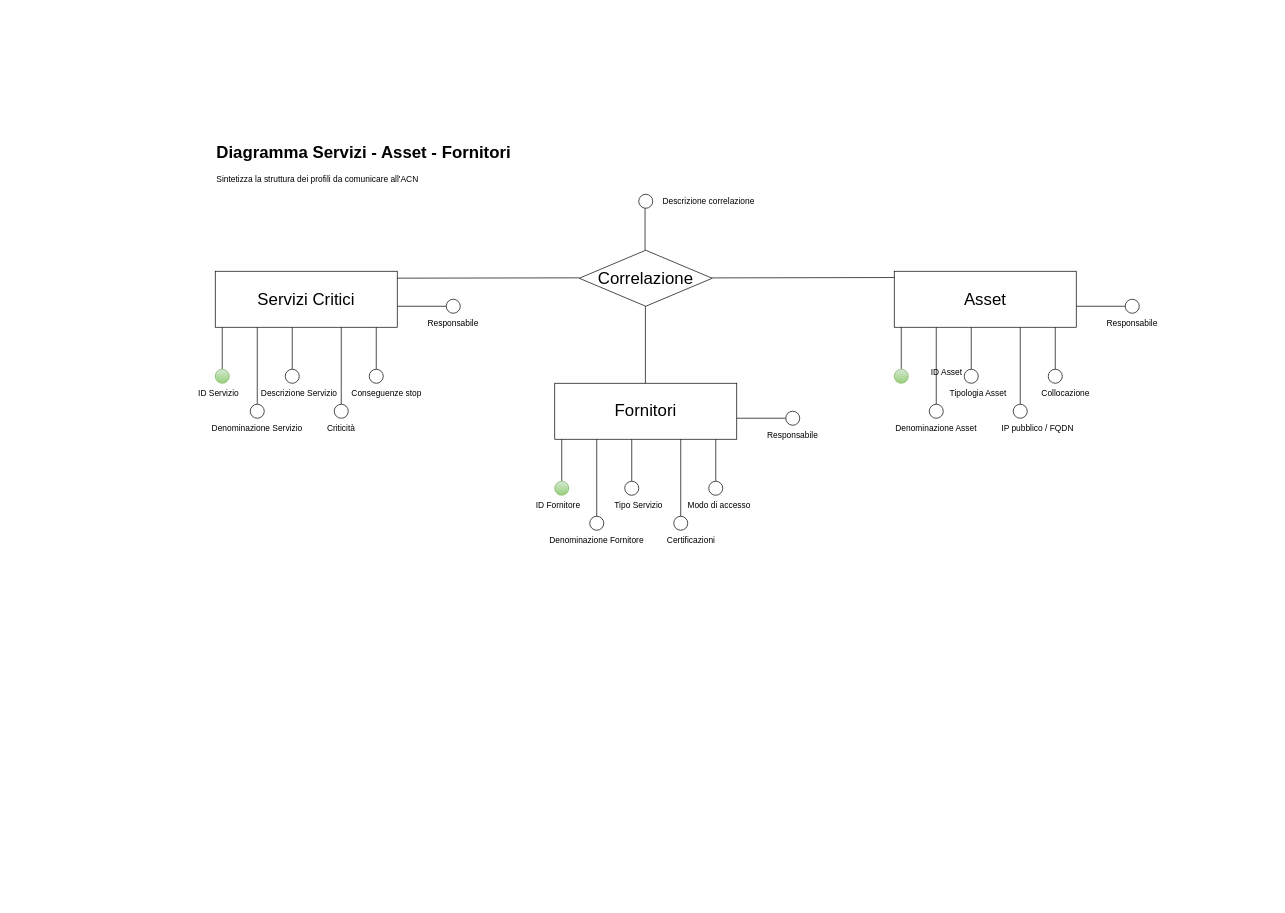
This is Modello concettuale/01 Diagramma Servizi - Asset - Fornitori.drawio from maurizion71/progetto, a draw.io file, before an edit. Source tidied: cells renumbered, new cells numbered last; positions are measured from the earlier drawing's top-left corner, leaving out a move shared by most shapes. Both pictures are drawn from the tidied source at 70%, with x=0, y=0 at pixel (194, 138).
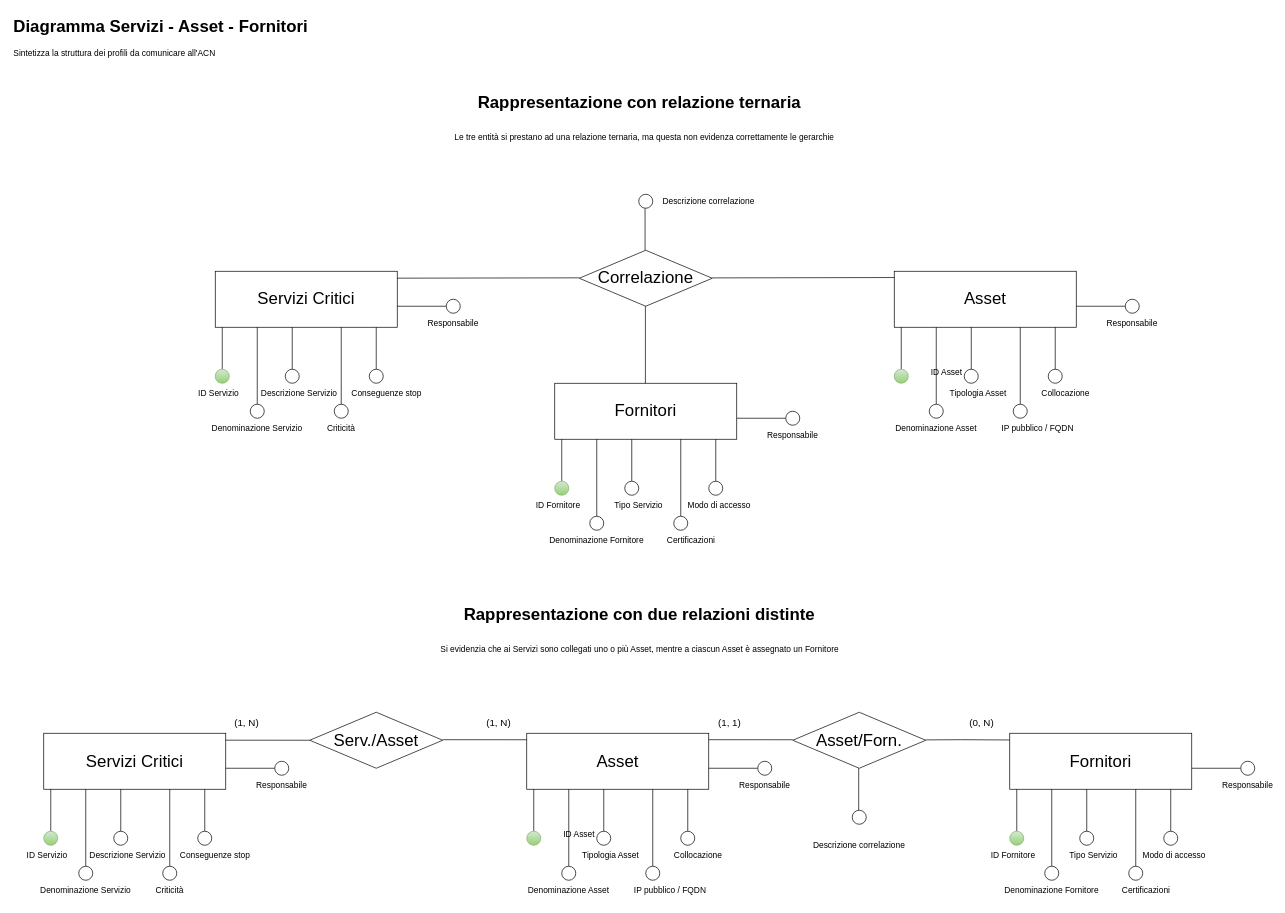
The same page after the edit.

Commit message (it also covers changes not shown here):
Aggiornamento Diagramma Servizi - Asset - Fornitori

Change to the diagram source:
```diff
@@
     <mxCell id="66" value="&lt;h1 style=&quot;margin-top: 0px;&quot;&gt;Diagramma Servizi - Asset - Fornitori&lt;/h1&gt;&lt;p&gt;Sintetizza la struttura dei profili da comunicare all'ACN&amp;nbsp;&lt;/p&gt;" style="text;html=1;whiteSpace=wrap;overflow=hidden;rounded=0;" parent="1" vertex="1">
-      <mxGeometry x="30" width="450" height="120" as="geometry" />
+      <mxGeometry x="-260" y="-180" width="450" height="120" as="geometry" />
     </mxCell>
+    <mxCell id="67" value="&lt;font style=&quot;font-size: 24px;&quot;&gt;Servizi Critici&lt;/font&gt;" style="rounded=0;whiteSpace=wrap;html=1;" parent="1" vertex="1">
+      <mxGeometry x="-215" y="850" width="260" height="80" as="geometry" />
+    </mxCell>
+    <mxCell id="68" style="endArrow=none;html=1;rounded=0;" parent="1" edge="1" source="69">
+      <mxGeometry relative="1" as="geometry">
+        <mxPoint x="-205" y="930" as="targetPoint" />
+      </mxGeometry>
+    </mxCell>
+    <mxCell id="69" style="ellipse;whiteSpace=wrap;html=1;fillColor=#d5e8d4;gradientColor=#97d077;strokeColor=#82b366;" parent="1" vertex="1">
+      <mxGeometry x="-215" y="990" width="20" height="20" as="geometry" />
+    </mxCell>
+    <mxCell id="70" value="ID Servizio" style="text;html=1;whiteSpace=wrap;strokeColor=none;fillColor=none;align=center;verticalAlign=middle;rounded=0;" parent="1" vertex="1">
+      <mxGeometry x="-245" y="1010" width="70" height="30" as="geometry" />
+    </mxCell>
+    <mxCell id="71" style="endArrow=none;html=1;rounded=0;" parent="1" edge="1" source="72">
+      <mxGeometry relative="1" as="geometry">
+        <mxPoint x="-155" y="930" as="targetPoint" />
+      </mxGeometry>
+    </mxCell>
+    <mxCell id="72" style="ellipse;whiteSpace=wrap;html=1;" parent="1" vertex="1">
+      <mxGeometry x="-165" y="1040" width="20" height="20" as="geometry" />
+    </mxCell>
+    <mxCell id="73" value="Denominazione Servizio" style="text;html=1;whiteSpace=wrap;strokeColor=none;fillColor=none;align=center;verticalAlign=middle;rounded=0;" parent="1" vertex="1">
+      <mxGeometry x="-225" y="1060" width="140" height="30" as="geometry" />
+    </mxCell>
+    <mxCell id="74" style="endArrow=none;html=1;rounded=0;" parent="1" edge="1" source="75">
+      <mxGeometry relative="1" as="geometry">
+        <mxPoint x="-105" y="930" as="targetPoint" />
+      </mxGeometry>
+    </mxCell>
+    <mxCell id="75" style="ellipse;whiteSpace=wrap;html=1;" parent="1" vertex="1">
+      <mxGeometry x="-115" y="990" width="20" height="20" as="geometry" />
+    </mxCell>
+    <mxCell id="76" value="Descrizione Servizio" style="text;html=1;whiteSpace=wrap;strokeColor=none;fillColor=none;align=center;verticalAlign=middle;rounded=0;" parent="1" vertex="1">
+      <mxGeometry x="-155" y="1010" width="120" height="30" as="geometry" />
+    </mxCell>
+    <mxCell id="77" style="endArrow=none;html=1;rounded=0;" parent="1" edge="1" source="78">
+      <mxGeometry relative="1" as="geometry">
+        <mxPoint x="-35" y="930" as="targetPoint" />
+      </mxGeometry>
+    </mxCell>
+    <mxCell id="78" style="ellipse;whiteSpace=wrap;html=1;" parent="1" vertex="1">
+      <mxGeometry x="-45" y="1040" width="20" height="20" as="geometry" />
+    </mxCell>
+    <mxCell id="79" value="Criticità" style="text;html=1;whiteSpace=wrap;strokeColor=none;fillColor=none;align=center;verticalAlign=middle;rounded=0;" parent="1" vertex="1">
+      <mxGeometry x="-65" y="1060" width="60" height="30" as="geometry" />
+    </mxCell>
+    <mxCell id="80" style="endArrow=none;html=1;rounded=0;" parent="1" edge="1">
+      <mxGeometry relative="1" as="geometry">
+        <mxPoint x="15" y="990" as="sourcePoint" />
+        <mxPoint x="15" y="930" as="targetPoint" />
+      </mxGeometry>
+    </mxCell>
+    <mxCell id="81" style="ellipse;whiteSpace=wrap;html=1;" parent="1" vertex="1">
+      <mxGeometry x="5" y="990" width="20" height="20" as="geometry" />
+    </mxCell>
+    <mxCell id="82" value="Conseguenze stop" style="text;html=1;whiteSpace=wrap;strokeColor=none;fillColor=none;align=center;verticalAlign=middle;rounded=0;" parent="1" vertex="1">
+      <mxGeometry x="-25" y="1010" width="110" height="30" as="geometry" />
+    </mxCell>
+    <mxCell id="83" value="&lt;font style=&quot;font-size: 24px;&quot;&gt;Asset&lt;/font&gt;" style="rounded=0;whiteSpace=wrap;html=1;" parent="1" vertex="1">
+      <mxGeometry x="475" y="850" width="260" height="80" as="geometry" />
+    </mxCell>
+    <mxCell id="84" style="endArrow=none;html=1;rounded=0;" parent="1" edge="1" source="85">
+      <mxGeometry relative="1" as="geometry">
+        <mxPoint x="485" y="930" as="targetPoint" />
+      </mxGeometry>
+    </mxCell>
+    <mxCell id="85" style="ellipse;whiteSpace=wrap;html=1;fillColor=#d5e8d4;gradientColor=#97d077;strokeColor=#82b366;" parent="1" vertex="1">
+      <mxGeometry x="475" y="990" width="20" height="20" as="geometry" />
+    </mxCell>
+    <mxCell id="86" value="ID Asset" style="text;html=1;whiteSpace=wrap;strokeColor=none;fillColor=none;align=center;verticalAlign=middle;rounded=0;" parent="1" vertex="1">
+      <mxGeometry x="515" y="980" width="70" height="30" as="geometry" />
+    </mxCell>
+    <mxCell id="87" style="endArrow=none;html=1;rounded=0;" parent="1" edge="1" source="88">
+      <mxGeometry relative="1" as="geometry">
+        <mxPoint x="535" y="930" as="targetPoint" />
+      </mxGeometry>
+    </mxCell>
+    <mxCell id="88" style="ellipse;whiteSpace=wrap;html=1;" parent="1" vertex="1">
+      <mxGeometry x="525" y="1040" width="20" height="20" as="geometry" />
+    </mxCell>
+    <mxCell id="89" value="Denominazione Asset" style="text;html=1;whiteSpace=wrap;strokeColor=none;fillColor=none;align=center;verticalAlign=middle;rounded=0;" parent="1" vertex="1">
+      <mxGeometry x="465" y="1060" width="140" height="30" as="geometry" />
+    </mxCell>
+    <mxCell id="90" style="endArrow=none;html=1;rounded=0;" parent="1" edge="1" source="91">
+      <mxGeometry relative="1" as="geometry">
+        <mxPoint x="585" y="930" as="targetPoint" />
+      </mxGeometry>
+    </mxCell>
+    <mxCell id="91" style="ellipse;whiteSpace=wrap;html=1;" parent="1" vertex="1">
+      <mxGeometry x="575" y="990" width="20" height="20" as="geometry" />
+    </mxCell>
+    <mxCell id="92" value="Tipologia Asset" style="text;html=1;whiteSpace=wrap;strokeColor=none;fillColor=none;align=center;verticalAlign=middle;rounded=0;" parent="1" vertex="1">
+      <mxGeometry x="535" y="1010" width="120" height="30" as="geometry" />
+    </mxCell>
+    <mxCell id="93" style="endArrow=none;html=1;rounded=0;" parent="1" edge="1" source="94">
+      <mxGeometry relative="1" as="geometry">
+        <mxPoint x="655" y="930" as="targetPoint" />
+      </mxGeometry>
+    </mxCell>
+    <mxCell id="94" style="ellipse;whiteSpace=wrap;html=1;" parent="1" vertex="1">
+      <mxGeometry x="645" y="1040" width="20" height="20" as="geometry" />
+    </mxCell>
+    <mxCell id="95" value="IP pubblico / FQDN" style="text;html=1;whiteSpace=wrap;strokeColor=none;fillColor=none;align=center;verticalAlign=middle;rounded=0;" parent="1" vertex="1">
+      <mxGeometry x="625" y="1060" width="110" height="30" as="geometry" />
+    </mxCell>
+    <mxCell id="96" style="endArrow=none;html=1;rounded=0;" parent="1" edge="1">
+      <mxGeometry relative="1" as="geometry">
+        <mxPoint x="705" y="990" as="sourcePoint" />
+        <mxPoint x="705" y="930" as="targetPoint" />
+      </mxGeometry>
+    </mxCell>
+    <mxCell id="97" style="ellipse;whiteSpace=wrap;html=1;" parent="1" vertex="1">
+      <mxGeometry x="695" y="990" width="20" height="20" as="geometry" />
+    </mxCell>
+    <mxCell id="98" value="Collocazione" style="text;html=1;whiteSpace=wrap;strokeColor=none;fillColor=none;align=center;verticalAlign=middle;rounded=0;" parent="1" vertex="1">
+      <mxGeometry x="665" y="1010" width="110" height="30" as="geometry" />
+    </mxCell>
+    <mxCell id="99" value="&lt;font style=&quot;font-size: 24px;&quot;&gt;Fornitori&lt;/font&gt;" style="rounded=0;whiteSpace=wrap;html=1;" parent="1" vertex="1">
+      <mxGeometry x="1165" y="850" width="260" height="80" as="geometry" />
+    </mxCell>
+    <mxCell id="100" style="endArrow=none;html=1;rounded=0;" parent="1" edge="1" source="101">
+      <mxGeometry relative="1" as="geometry">
+        <mxPoint x="1175" y="930" as="targetPoint" />
+      </mxGeometry>
+    </mxCell>
+    <mxCell id="101" style="ellipse;whiteSpace=wrap;html=1;fillColor=#d5e8d4;gradientColor=#97d077;strokeColor=#82b366;" parent="1" vertex="1">
+      <mxGeometry x="1165" y="990" width="20" height="20" as="geometry" />
+    </mxCell>
+    <mxCell id="102" style="endArrow=none;html=1;rounded=0;" parent="1" edge="1" source="103">
+      <mxGeometry relative="1" as="geometry">
+        <mxPoint x="1225" y="930" as="targetPoint" />
+      </mxGeometry>
+    </mxCell>
+    <mxCell id="103" style="ellipse;whiteSpace=wrap;html=1;" parent="1" vertex="1">
+      <mxGeometry x="1215" y="1040" width="20" height="20" as="geometry" />
+    </mxCell>
+    <mxCell id="104" value="Denominazione Fornitore" style="text;html=1;whiteSpace=wrap;strokeColor=none;fillColor=none;align=center;verticalAlign=middle;rounded=0;" parent="1" vertex="1">
+      <mxGeometry x="1155" y="1060" width="140" height="30" as="geometry" />
+    </mxCell>
+    <mxCell id="105" style="endArrow=none;html=1;rounded=0;" parent="1" edge="1" source="106">
+      <mxGeometry relative="1" as="geometry">
+        <mxPoint x="1275" y="930" as="targetPoint" />
+      </mxGeometry>
+    </mxCell>
+    <mxCell id="106" style="ellipse;whiteSpace=wrap;html=1;" parent="1" vertex="1">
+      <mxGeometry x="1265" y="990" width="20" height="20" as="geometry" />
+    </mxCell>
+    <mxCell id="107" value="Tipo Servizio" style="text;html=1;whiteSpace=wrap;strokeColor=none;fillColor=none;align=center;verticalAlign=middle;rounded=0;" parent="1" vertex="1">
+      <mxGeometry x="1225" y="1010" width="120" height="30" as="geometry" />
+    </mxCell>
+    <mxCell id="108" style="endArrow=none;html=1;rounded=0;" parent="1" edge="1" source="109">
+      <mxGeometry relative="1" as="geometry">
+        <mxPoint x="1345" y="930" as="targetPoint" />
+      </mxGeometry>
+    </mxCell>
+    <mxCell id="109" style="ellipse;whiteSpace=wrap;html=1;" parent="1" vertex="1">
+      <mxGeometry x="1335" y="1040" width="20" height="20" as="geometry" />
+    </mxCell>
+    <mxCell id="110" value="Certificazioni" style="text;html=1;whiteSpace=wrap;strokeColor=none;fillColor=none;align=center;verticalAlign=middle;rounded=0;" parent="1" vertex="1">
+      <mxGeometry x="1305" y="1060" width="110" height="30" as="geometry" />
+    </mxCell>
+    <mxCell id="111" style="endArrow=none;html=1;rounded=0;" parent="1" edge="1">
+      <mxGeometry relative="1" as="geometry">
+        <mxPoint x="1395" y="990" as="sourcePoint" />
+        <mxPoint x="1395" y="930" as="targetPoint" />
+      </mxGeometry>
+    </mxCell>
+    <mxCell id="112" style="ellipse;whiteSpace=wrap;html=1;" parent="1" vertex="1">
+      <mxGeometry x="1385" y="990" width="20" height="20" as="geometry" />
+    </mxCell>
+    <mxCell id="113" value="Modo di accesso" style="text;html=1;whiteSpace=wrap;strokeColor=none;fillColor=none;align=center;verticalAlign=middle;rounded=0;" parent="1" vertex="1">
+      <mxGeometry x="1345" y="1010" width="110" height="30" as="geometry" />
+    </mxCell>
+    <mxCell id="114" value="ID Fornitore" style="text;html=1;whiteSpace=wrap;strokeColor=none;fillColor=none;align=center;verticalAlign=middle;rounded=0;" parent="1" vertex="1">
+      <mxGeometry x="1135" y="1010" width="70" height="30" as="geometry" />
+    </mxCell>
+    <mxCell id="115" value="&lt;font style=&quot;font-size: 24px;&quot;&gt;Serv./Asset&lt;/font&gt;" style="rhombus;whiteSpace=wrap;html=1;" parent="1" vertex="1">
+      <mxGeometry x="165" y="820" width="190" height="80" as="geometry" />
+    </mxCell>
+    <mxCell id="116" style="endArrow=none;html=1;rounded=0;" parent="1" edge="1" source="117">
+      <mxGeometry relative="1" as="geometry">
+        <mxPoint x="735" y="900" as="targetPoint" />
+      </mxGeometry>
+    </mxCell>
+    <mxCell id="117" style="ellipse;whiteSpace=wrap;html=1;" parent="1" vertex="1">
+      <mxGeometry x="805" y="890" width="20" height="20" as="geometry" />
+    </mxCell>
+    <mxCell id="118" value="Responsabile" style="text;html=1;whiteSpace=wrap;strokeColor=none;fillColor=none;align=center;verticalAlign=middle;rounded=0;" parent="1" vertex="1">
+      <mxGeometry x="785" y="910" width="60" height="30" as="geometry" />
+    </mxCell>
+    <mxCell id="119" style="endArrow=none;html=1;rounded=0;" parent="1" edge="1" source="120">
+      <mxGeometry relative="1" as="geometry">
+        <mxPoint x="1425" y="900" as="targetPoint" />
+      </mxGeometry>
+    </mxCell>
+    <mxCell id="120" style="ellipse;whiteSpace=wrap;html=1;" parent="1" vertex="1">
+      <mxGeometry x="1495" y="890" width="20" height="20" as="geometry" />
+    </mxCell>
+    <mxCell id="121" value="Responsabile" style="text;html=1;whiteSpace=wrap;strokeColor=none;fillColor=none;align=center;verticalAlign=middle;rounded=0;" parent="1" vertex="1">
+      <mxGeometry x="1475" y="910" width="60" height="30" as="geometry" />
+    </mxCell>
+    <mxCell id="122" style="endArrow=none;html=1;rounded=0;" parent="1" edge="1" source="123">
+      <mxGeometry relative="1" as="geometry">
+        <mxPoint x="45" y="900" as="targetPoint" />
+      </mxGeometry>
+    </mxCell>
+    <mxCell id="123" style="ellipse;whiteSpace=wrap;html=1;" parent="1" vertex="1">
+      <mxGeometry x="115" y="890" width="20" height="20" as="geometry" />
+    </mxCell>
+    <mxCell id="124" value="Responsabile" style="text;html=1;whiteSpace=wrap;strokeColor=none;fillColor=none;align=center;verticalAlign=middle;rounded=0;" parent="1" vertex="1">
+      <mxGeometry x="95" y="910" width="60" height="30" as="geometry" />
+    </mxCell>
+    <mxCell id="125" style="endArrow=none;html=1;rounded=0;" parent="1" edge="1">
+      <mxGeometry relative="1" as="geometry">
+        <mxPoint x="45" y="859.9" as="sourcePoint" />
+        <mxPoint x="165" y="860" as="targetPoint" />
+      </mxGeometry>
+    </mxCell>
+    <mxCell id="126" style="endArrow=none;html=1;rounded=0;" parent="1" edge="1">
+      <mxGeometry relative="1" as="geometry">
+        <mxPoint x="949.2" y="960" as="sourcePoint" />
+        <mxPoint x="949.2" y="900" as="targetPoint" />
+      </mxGeometry>
+    </mxCell>
+    <mxCell id="127" style="ellipse;whiteSpace=wrap;html=1;" parent="1" vertex="1">
+      <mxGeometry x="940" y="960" width="20" height="20" as="geometry" />
+    </mxCell>
+    <mxCell id="128" value="Descrizione correlazione" style="text;html=1;whiteSpace=wrap;strokeColor=none;fillColor=none;align=center;verticalAlign=middle;rounded=0;" parent="1" vertex="1">
+      <mxGeometry x="850" y="995" width="200" height="30" as="geometry" />
+    </mxCell>
+    <mxCell id="129" style="endArrow=none;html=1;rounded=0;" parent="1" edge="1">
+      <mxGeometry relative="1" as="geometry">
+        <mxPoint x="355" y="859.2" as="sourcePoint" />
+        <mxPoint x="475" y="859.3" as="targetPoint" />
+      </mxGeometry>
+    </mxCell>
+    <mxCell id="130" style="endArrow=none;html=1;rounded=0;" parent="1" edge="1">
+      <mxGeometry relative="1" as="geometry">
+        <mxPoint x="735" y="859.2" as="sourcePoint" />
+        <mxPoint x="855" y="859.3" as="targetPoint" />
+      </mxGeometry>
+    </mxCell>
+    <mxCell id="131" style="endArrow=none;html=1;rounded=0;" parent="1" edge="1">
+      <mxGeometry relative="1" as="geometry">
+        <mxPoint x="1045" y="859.5" as="sourcePoint" />
+        <mxPoint x="1165" y="859.6" as="targetPoint" />
+        <Array as="points">
+          <mxPoint x="1095" y="859.2" />
+        </Array>
+      </mxGeometry>
+    </mxCell>
+    <mxCell id="132" value="&lt;font style=&quot;font-size: 24px;&quot;&gt;Asset/Forn.&lt;/font&gt;" style="rhombus;whiteSpace=wrap;html=1;" parent="1" vertex="1">
+      <mxGeometry x="855" y="820" width="190" height="80" as="geometry" />
+    </mxCell>
+    <mxCell id="133" value="&lt;h1 style=&quot;margin-top: 0px;&quot;&gt;&lt;span style=&quot;background-color: transparent; color: light-dark(rgb(0, 0, 0), rgb(255, 255, 255));&quot;&gt;&amp;nbsp; &amp;nbsp; &amp;nbsp;Rappresentazione con relazione ternaria&lt;/span&gt;&lt;/h1&gt;&lt;h1 style=&quot;margin-top: 0px;&quot;&gt;&lt;span style=&quot;font-size: 12px; font-weight: 400;&quot;&gt;Le tre entità si prestano ad una relazione ternaria, ma questa non evidenza correttamente le gerarchie&lt;/span&gt;&lt;/h1&gt;" style="text;html=1;whiteSpace=wrap;overflow=hidden;rounded=0;" parent="1" vertex="1">
+      <mxGeometry x="370" y="-71" width="560" height="120" as="geometry" />
+    </mxCell>
+    <mxCell id="134" value="&lt;font style=&quot;font-size: 14px;&quot;&gt;(1, N)&lt;/font&gt;" style="text;html=1;whiteSpace=wrap;strokeColor=none;fillColor=none;align=center;verticalAlign=middle;rounded=0;" parent="1" vertex="1">
+      <mxGeometry x="45" y="820" width="60" height="30" as="geometry" />
+    </mxCell>
+    <mxCell id="135" value="&lt;font style=&quot;font-size: 14px;&quot;&gt;(1, N)&lt;/font&gt;" style="text;html=1;whiteSpace=wrap;strokeColor=none;fillColor=none;align=center;verticalAlign=middle;rounded=0;" parent="1" vertex="1">
+      <mxGeometry x="405" y="820" width="60" height="30" as="geometry" />
+    </mxCell>
+    <mxCell id="136" value="&lt;font style=&quot;font-size: 14px;&quot;&gt;(1, 1)&lt;/font&gt;" style="text;html=1;whiteSpace=wrap;strokeColor=none;fillColor=none;align=center;verticalAlign=middle;rounded=0;" parent="1" vertex="1">
+      <mxGeometry x="735" y="820" width="60" height="30" as="geometry" />
+    </mxCell>
+    <mxCell id="137" value="&lt;font style=&quot;font-size: 14px;&quot;&gt;(0, N)&lt;/font&gt;" style="text;html=1;whiteSpace=wrap;strokeColor=none;fillColor=none;align=center;verticalAlign=middle;rounded=0;" parent="1" vertex="1">
+      <mxGeometry x="1095" y="820" width="60" height="30" as="geometry" />
+    </mxCell>
+    <mxCell id="138" value="&lt;h1 style=&quot;margin-top: 0px;&quot;&gt;&lt;span style=&quot;background-color: transparent; color: light-dark(rgb(0, 0, 0), rgb(255, 255, 255));&quot;&gt;&amp;nbsp; &amp;nbsp; &amp;nbsp;Rappresentazione con due relazioni distinte&lt;/span&gt;&lt;/h1&gt;&lt;h1 style=&quot;margin-top: 0px;&quot;&gt;&lt;span style=&quot;font-size: 12px; font-weight: 400;&quot;&gt;Si evidenzia che ai Servizi sono collegati uno o più Asset, mentre a ciascun Asset è assegnato un Fornitore&lt;/span&gt;&lt;/h1&gt;" style="text;html=1;whiteSpace=wrap;overflow=hidden;rounded=0;" parent="1" vertex="1">
+      <mxGeometry x="350" y="660" width="600" height="120" as="geometry" />
+    </mxCell>
```
